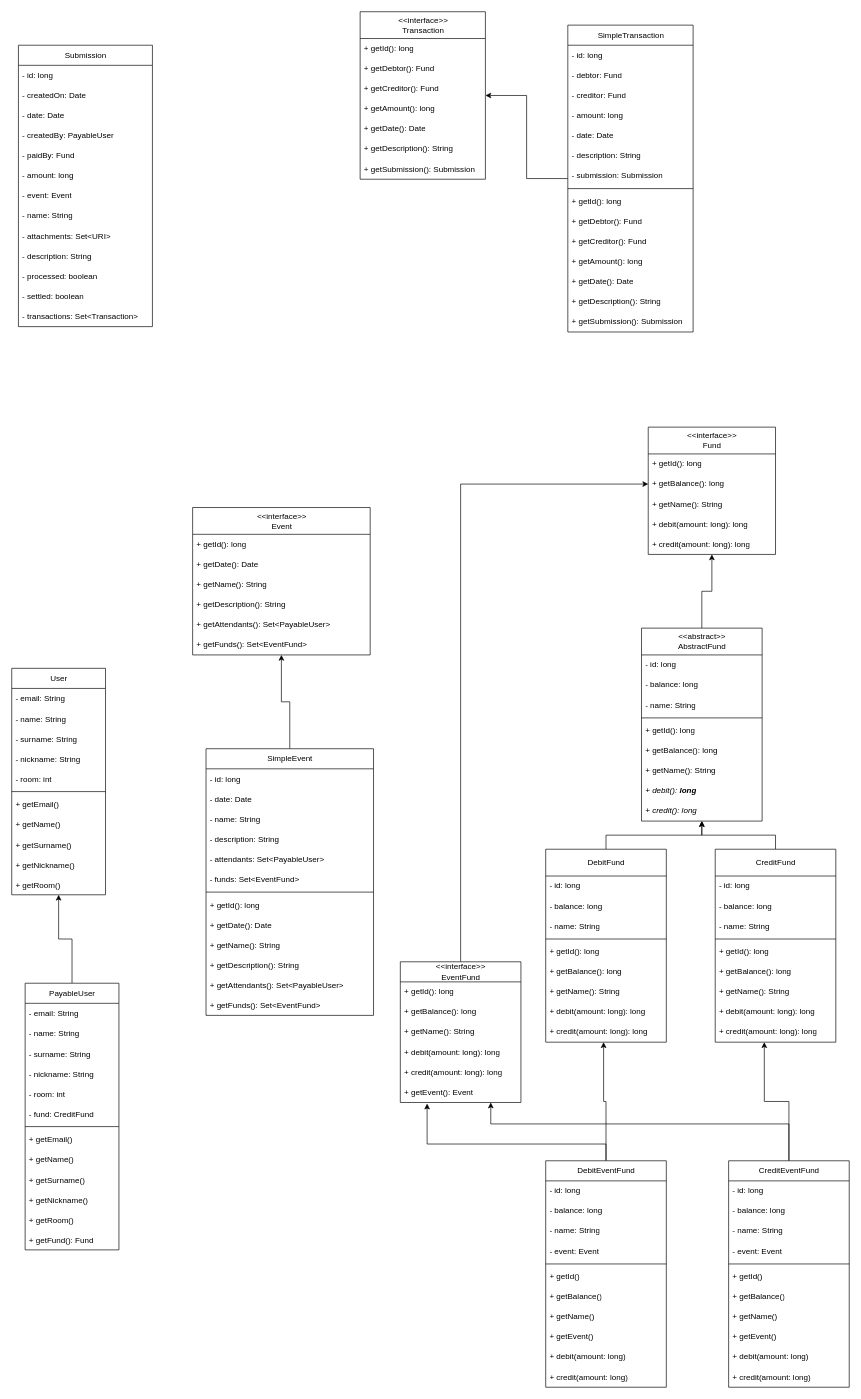
aron-hoogeveen/DeclaBo keeps this draw.io diagram as docs/class-diagrams.drawio. Above is the earlier version. Source tidied: cells renumbered, new cells numbered last; positions are measured from the earlier drawing's top-left corner, leaving out a move shared by most shapes. Both pictures are drawn from the tidied source at 67%, with x=0, y=0 at pixel (11, 11).
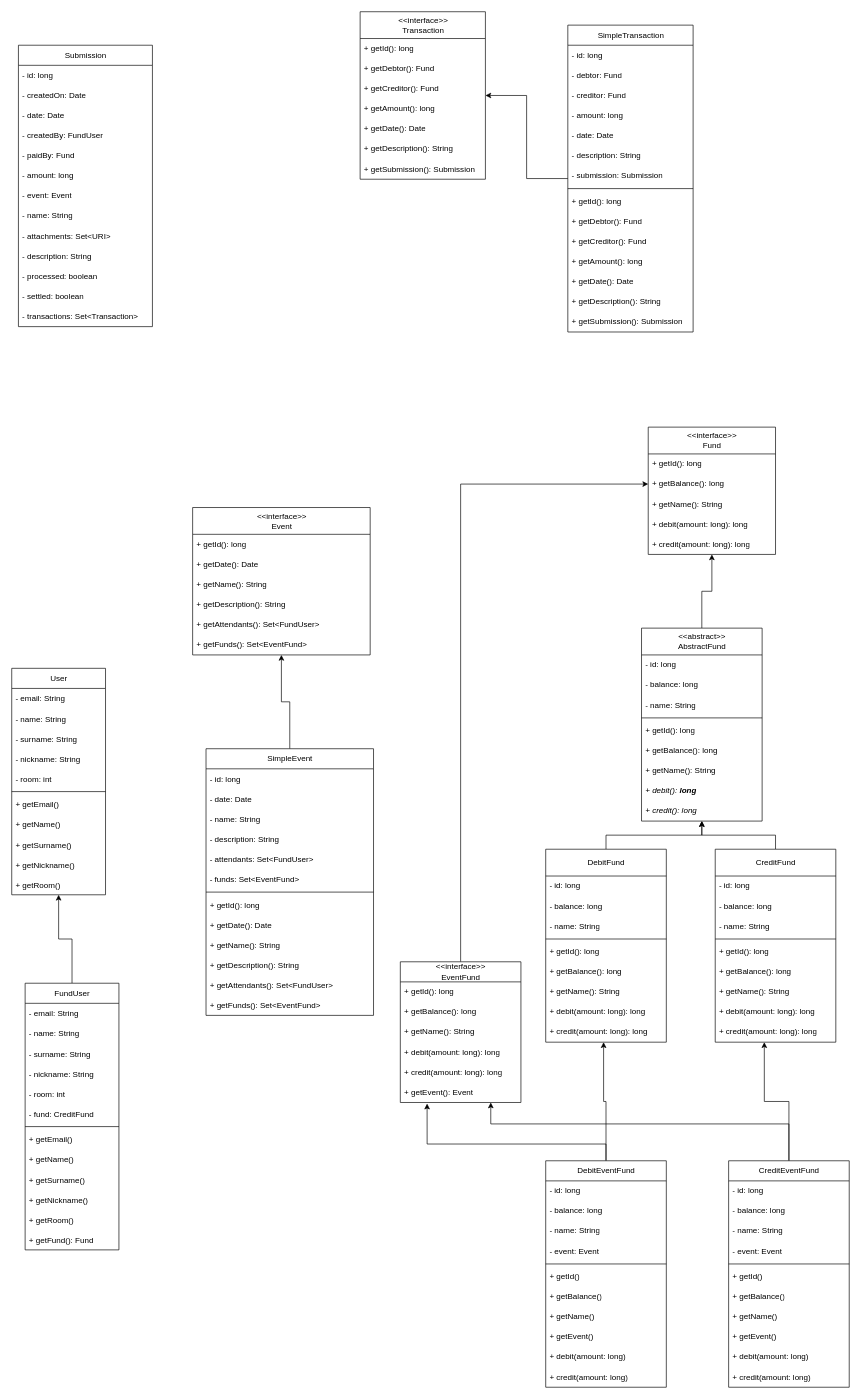
The same page after the edit.

Commit message:
Change PaybalbeUser to FundUser

The change refers to these unchanged cells:
```xml
<mxCell id="3" value="SimpleEvent" style="swimlane;fontStyle=0;horizontal=1;startSize=30;html=1;" parent="1" vertex="1">
  <mxGeometry x="290" y="1100" width="250" height="398" as="geometry" />
</mxCell>
<mxCell id="107" value="&amp;lt;&amp;lt;interface&amp;gt;&amp;gt;&lt;br&gt;Event" style="swimlane;fontStyle=0;horizontal=1;startSize=40;html=1;" parent="1" vertex="1">
  <mxGeometry x="270" y="740" width="265" height="220" as="geometry" />
</mxCell>
<mxCell id="143" value="Submission" style="swimlane;fontStyle=0;horizontal=1;startSize=30;html=1;" parent="1" vertex="1">
  <mxGeometry x="10" y="50" width="200" height="420" as="geometry" />
</mxCell>
```

Diff of the diagram source:
```diff
@@
-    <mxCell id="8" value="- attendants: Set&lt;PayableUser&gt;" style="text;strokeColor=none;fillColor=none;align=left;verticalAlign=middle;spacingLeft=4;spacingRight=4;overflow=hidden;" parent="3" vertex="1">
+    <mxCell id="8" value="- attendants: Set&lt;FundUser&gt;" style="text;strokeColor=none;fillColor=none;align=left;verticalAlign=middle;spacingLeft=4;spacingRight=4;overflow=hidden;" parent="3" vertex="1">
       <mxGeometry y="150" width="250" height="30" as="geometry" />
     </mxCell>
@@
-    <mxCell id="15" value="+ getAttendants(): Set&lt;PayableUser&gt;" style="text;strokeColor=none;fillColor=none;align=left;verticalAlign=middle;spacingLeft=4;spacingRight=4;overflow=hidden;" parent="3" vertex="1">
+    <mxCell id="15" value="+ getAttendants(): Set&lt;FundUser&gt;" style="text;strokeColor=none;fillColor=none;align=left;verticalAlign=middle;spacingLeft=4;spacingRight=4;overflow=hidden;" parent="3" vertex="1">
       <mxGeometry y="338" width="250" height="30" as="geometry" />
     </mxCell>
@@
-    <mxCell id="18" value="PayableUser" style="swimlane;fontStyle=0;horizontal=1;startSize=30;html=1;" parent="1" vertex="1">
+    <mxCell id="18" value="FundUser" style="swimlane;fontStyle=0;horizontal=1;startSize=30;html=1;" parent="1" vertex="1">
       <mxGeometry x="20" y="1450" width="140" height="398" as="geometry" />
     </mxCell>
@@
-    <mxCell id="112" value="+ getAttendants(): Set&amp;lt;PayableUser&amp;gt;" style="text;strokeColor=none;fillColor=none;align=left;verticalAlign=middle;spacingLeft=4;spacingRight=4;overflow=hidden;html=1;" parent="107" vertex="1">
+    <mxCell id="112" value="+ getAttendants(): Set&amp;lt;FundUser&amp;gt;" style="text;strokeColor=none;fillColor=none;align=left;verticalAlign=middle;spacingLeft=4;spacingRight=4;overflow=hidden;html=1;" parent="107" vertex="1">
       <mxGeometry y="160" width="265" height="30" as="geometry" />
     </mxCell>
@@
-    <mxCell id="147" value="- createdBy: PayableUser" style="text;strokeColor=none;fillColor=none;align=left;verticalAlign=middle;spacingLeft=4;spacingRight=4;overflow=hidden;html=1;" parent="143" vertex="1">
+    <mxCell id="147" value="- createdBy: FundUser" style="text;strokeColor=none;fillColor=none;align=left;verticalAlign=middle;spacingLeft=4;spacingRight=4;overflow=hidden;html=1;" parent="143" vertex="1">
       <mxGeometry y="120" width="200" height="30" as="geometry" />
     </mxCell>
```
